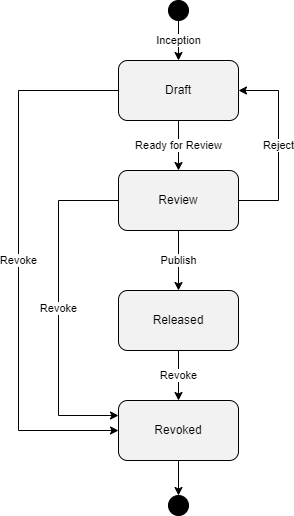
Before: source/content/images/functionalProfile_process.drawio.png, a diagram exported from draw.io (SmartGridready/SmartGridready.github.io). Source tidied: cells renumbered, new cells last; positions are measured from the earlier drawing's top-left corner, leaving out a move shared by most shapes.
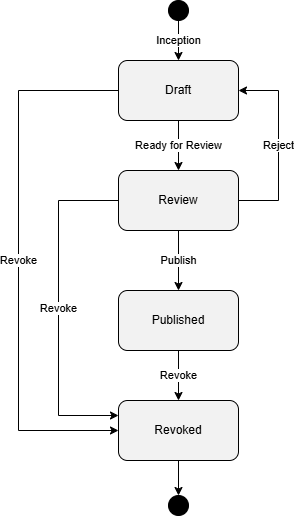
The same diagram one commit later.

Diff of the diagram source:
```diff
@@ -23,7 +23,7 @@
     <mxCell id="8" value="Revoke" style="edgeStyle=orthogonalEdgeStyle;rounded=0;jettySize=auto;html=1;" parent="1" edge="1" source="9" target="11">
       <mxGeometry relative="1" as="geometry" />
     </mxCell>
-    <mxCell id="9" value="Released" style="whiteSpace=wrap;html=1;fillColor=#F2F2F2;rounded=1;" parent="1" vertex="1">
+    <mxCell id="9" value="Published" style="whiteSpace=wrap;html=1;fillColor=#F2F2F2;rounded=1;" parent="1" vertex="1">
       <mxGeometry x="100" y="290" width="120" height="60" as="geometry" />
     </mxCell>
     <mxCell id="10" style="edgeStyle=orthogonalEdgeStyle;rounded=0;jettySize=auto;html=1;entryX=0.5;entryY=0;entryDx=0;entryDy=0;" parent="1" edge="1" source="11" target="12">
```
